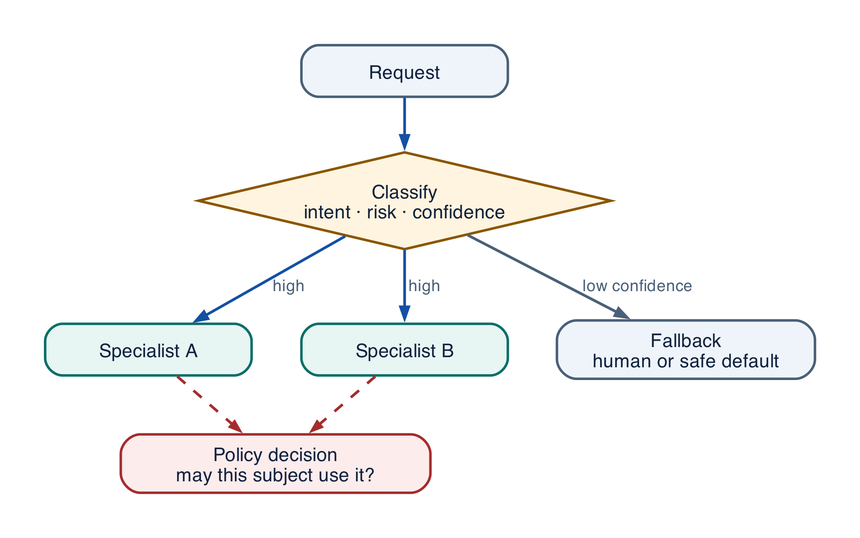
The Graphviz diagram assets/diagrams/pattern-routing.png in rrahimi-uci/building-enterprise-general-intelligence, before a commit. Its source is kept beside it as assets/diagrams/src/pattern-routing.gv. Source of this version:
```dot
digraph pattern_routing {
  rankdir = TB
  graph [ranksep=0.40, nodesep=0.20]
  node [shape=box, style="filled,rounded", penwidth=1.4, fontsize=10.5,
        margin="0.12,0.07", height=0.40, width=1.6]
  edge [arrowsize=0.65, penwidth=1.5, color="#1450A3"]

  req [label="Request", fillcolor="#EEF4FA", color="#4A6078"]
  cls [label="Classify\nintent · risk · confidence", shape=diamond, style=filled,
       fillcolor="#FFF4DF", color="#8A5600", height=0.75, width=2.3]
  s1  [label="Specialist A", fillcolor="#E7F5F3", color="#0D6E69"]
  s2  [label="Specialist B", fillcolor="#E7F5F3", color="#0D6E69"]
  fb  [label="Fallback\nhuman or safe default", fillcolor="#EEF4FA", color="#4A6078", width=2.0]
  pol [label="Policy decision\nmay this subject use it?", fillcolor="#FCECEC",
       color="#A62C2C", width=2.4]

  req -> cls
  cls -> s1 [label=" high", fontsize=9, fontcolor="#4A6078"]
  cls -> s2 [label=" high", fontsize=9, fontcolor="#4A6078"]
  cls -> fb [label=" low confidence", fontsize=9, fontcolor="#4A6078", color="#4A6078"]
  s1 -> pol [color="#A62C2C", style=dashed, arrowsize=0.55]
  s2 -> pol [color="#A62C2C", style=dashed, arrowsize=0.55]

  { rank=same; s1 -> s2 -> fb [style=invis] }
}
```
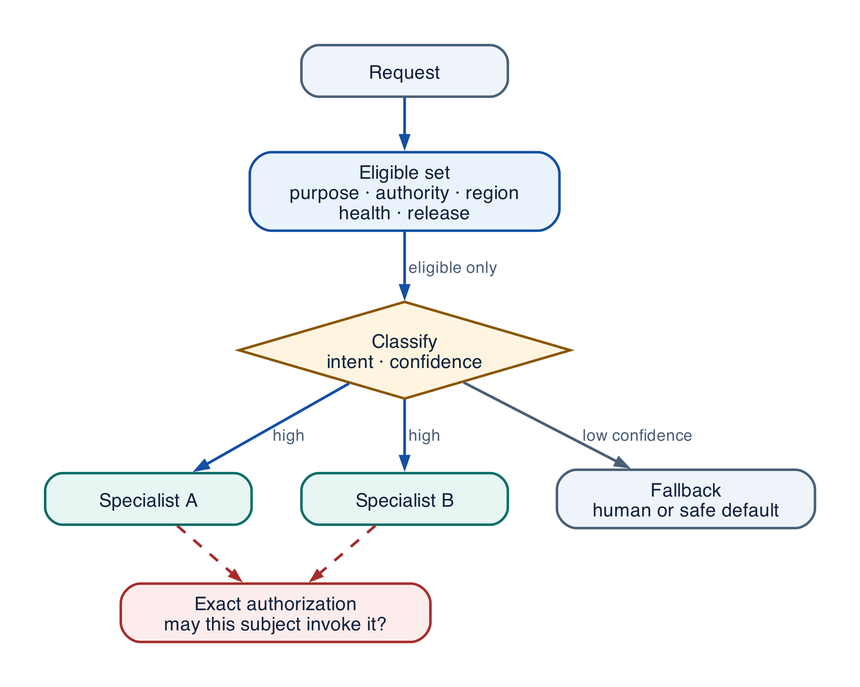
The same diagram one commit later.

Diff of the diagram source:
```diff
@@ -6,15 +6,18 @@
   edge [arrowsize=0.65, penwidth=1.5, color="#1450A3"]
 
   req [label="Request", fillcolor="#EEF4FA", color="#4A6078"]
-  cls [label="Classify\nintent · risk · confidence", shape=diamond, style=filled,
+  eli [label="Eligible set\npurpose · authority · region\nhealth · release", fillcolor="#EAF3FB",
+       color="#1450A3", width=2.4]
+  cls [label="Classify\nintent · confidence", shape=diamond, style=filled,
        fillcolor="#FFF4DF", color="#8A5600", height=0.75, width=2.3]
   s1  [label="Specialist A", fillcolor="#E7F5F3", color="#0D6E69"]
   s2  [label="Specialist B", fillcolor="#E7F5F3", color="#0D6E69"]
   fb  [label="Fallback\nhuman or safe default", fillcolor="#EEF4FA", color="#4A6078", width=2.0]
-  pol [label="Policy decision\nmay this subject use it?", fillcolor="#FCECEC",
+  pol [label="Exact authorization\nmay this subject invoke it?", fillcolor="#FCECEC",
        color="#A62C2C", width=2.4]
 
-  req -> cls
+  req -> eli
+  eli -> cls [label=" eligible only", fontsize=9, fontcolor="#4A6078"]
   cls -> s1 [label=" high", fontsize=9, fontcolor="#4A6078"]
   cls -> s2 [label=" high", fontsize=9, fontcolor="#4A6078"]
   cls -> fb [label=" low confidence", fontsize=9, fontcolor="#4A6078", color="#4A6078"]
```
